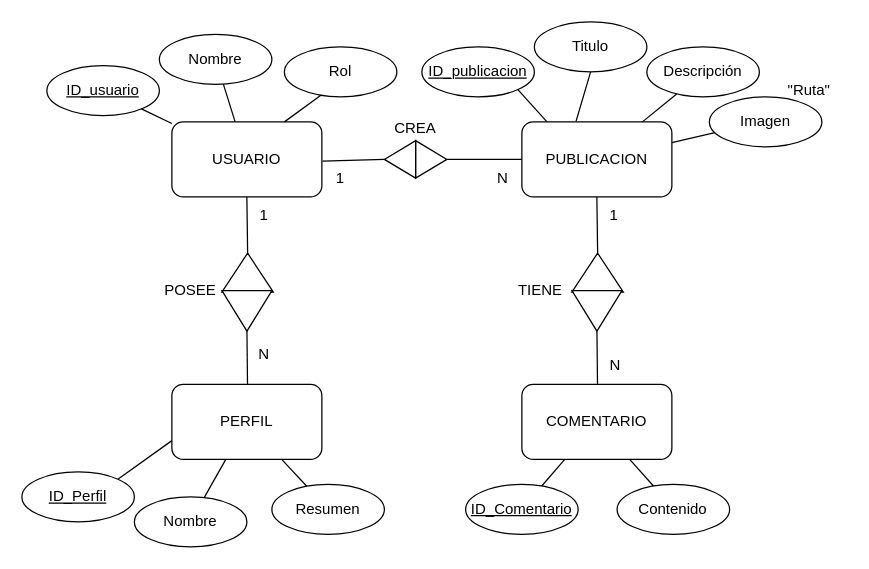
The draw.io diagram 1.Proyecto Final Programacion/Diagrama Entidad-Relacion.drawio in roobcrack/1DAM, before the edit. Source tidied: cells renumbered, new cells numbered last; positions are measured from the earlier drawing's top-left corner, leaving out a move shared by most shapes. Both pictures are drawn from the tidied source at 125%, with x=0, y=0 at pixel (21, 21).
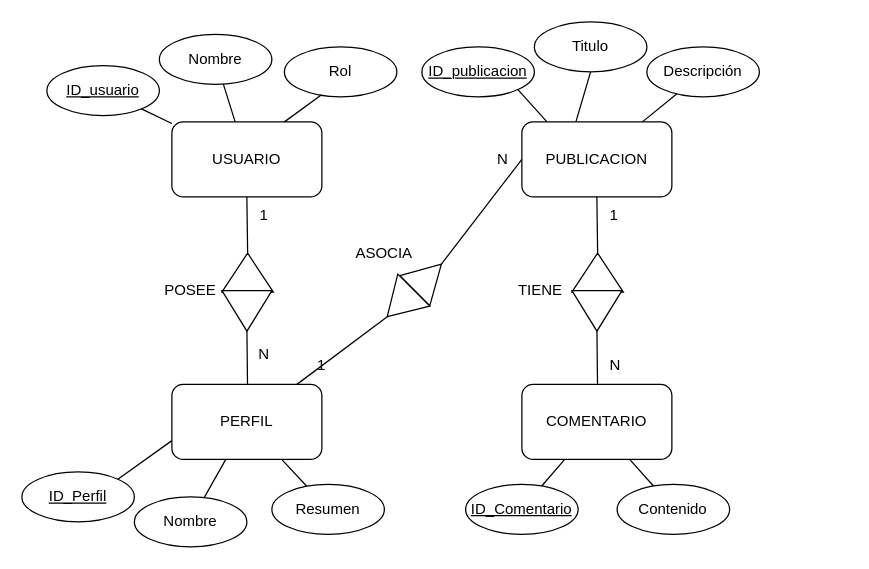
The same diagram, later.

The change refers to these unchanged cells:
```xml
<mxCell id="2" value="&lt;div&gt;USUARIO&lt;/div&gt;" style="rounded=1;whiteSpace=wrap;html=1;" parent="1" vertex="1">
  <mxGeometry x="120" y="80" width="120" height="60" as="geometry" />
</mxCell>
<mxCell id="9" value="PUBLICACION" style="rounded=1;whiteSpace=wrap;html=1;" parent="1" vertex="1">
  <mxGeometry x="400" y="80" width="120" height="60" as="geometry" />
</mxCell>
<mxCell id="28" value="PERFIL" style="rounded=1;whiteSpace=wrap;html=1;" parent="1" vertex="1">
  <mxGeometry x="120" y="290" width="120" height="60" as="geometry" />
</mxCell>
```

The edit, as a diff of the source:
```diff
@@
-    <mxCell id="11" style="triangle;whiteSpace=wrap;html=1;" parent="1" vertex="1">
-      <mxGeometry x="315" y="95" width="25" height="30" as="geometry" />
+    <mxCell id="11" style="triangle;whiteSpace=wrap;html=1;rotation=-45;" parent="1" vertex="1">
+      <mxGeometry x="310" y="187.5" width="30" height="33.8" as="geometry" />
     </mxCell>
-    <mxCell id="12" style="triangle;whiteSpace=wrap;html=1;rotation=-180;" parent="1" vertex="1">
-      <mxGeometry x="290" y="95" width="25" height="30" as="geometry" />
+    <mxCell id="12" style="triangle;whiteSpace=wrap;html=1;rotation=135;" parent="1" vertex="1">
+      <mxGeometry x="287.9" y="207.1" width="30" height="36.2" as="geometry" />
     </mxCell>
-    <mxCell id="13" style="endArrow=none;html=1;rounded=0;exitX=1.004;exitY=0.522;exitDx=0;exitDy=0;exitPerimeter=0;entryX=1;entryY=0.5;entryDx=0;entryDy=0;" parent="1" edge="1" source="2" target="12">
+    <mxCell id="13" style="endArrow=none;html=1;rounded=0;entryX=1;entryY=0.5;entryDx=0;entryDy=0;" parent="1" edge="1" source="28" target="12">
       <mxGeometry relative="1" as="geometry" />
     </mxCell>
@@
-    <mxCell id="17" value="&lt;div&gt;Imagen&lt;/div&gt;" style="ellipse;whiteSpace=wrap;html=1;" parent="1" vertex="1">
-      <mxGeometry x="550" y="60" width="90" height="40" as="geometry" />
-    </mxCell>
-    <mxCell id="18" value="&quot;Ruta&quot;" style="text;html=1;align=center;verticalAlign=middle;whiteSpace=wrap;rounded=0;" parent="1" vertex="1">
-      <mxGeometry x="600" y="40" width="60" height="30" as="geometry" />
-    </mxCell>
@@
-    <mxCell id="22" style="endArrow=none;html=1;rounded=0;" parent="1" edge="1" source="17" target="9">
-      <mxGeometry relative="1" as="geometry" />
-    </mxCell>
@@
-    <mxCell id="44" value="CREA" style="text;html=1;align=center;verticalAlign=middle;whiteSpace=wrap;rounded=0;" parent="1" vertex="1">
-      <mxGeometry x="285" y="70" width="60" height="30" as="geometry" />
+    <mxCell id="44" value="ASOCIA" style="text;html=1;align=center;verticalAlign=middle;whiteSpace=wrap;rounded=0;" parent="1" vertex="1">
+      <mxGeometry x="260" y="170" width="60" height="30" as="geometry" />
     </mxCell>
@@
     <mxCell id="48" value="1" style="text;html=1;align=center;verticalAlign=middle;whiteSpace=wrap;rounded=0;" parent="1" vertex="1">
-      <mxGeometry x="225" y="110" width="60" height="30" as="geometry" />
+      <mxGeometry x="210" y="260" width="60" height="30" as="geometry" />
     </mxCell>
     <mxCell id="49" value="N" style="text;html=1;align=center;verticalAlign=middle;whiteSpace=wrap;rounded=0;" parent="1" vertex="1">
-      <mxGeometry x="355" y="110" width="60" height="30" as="geometry" />
+      <mxGeometry x="355" y="95" width="60" height="30" as="geometry" />
     </mxCell>
```
